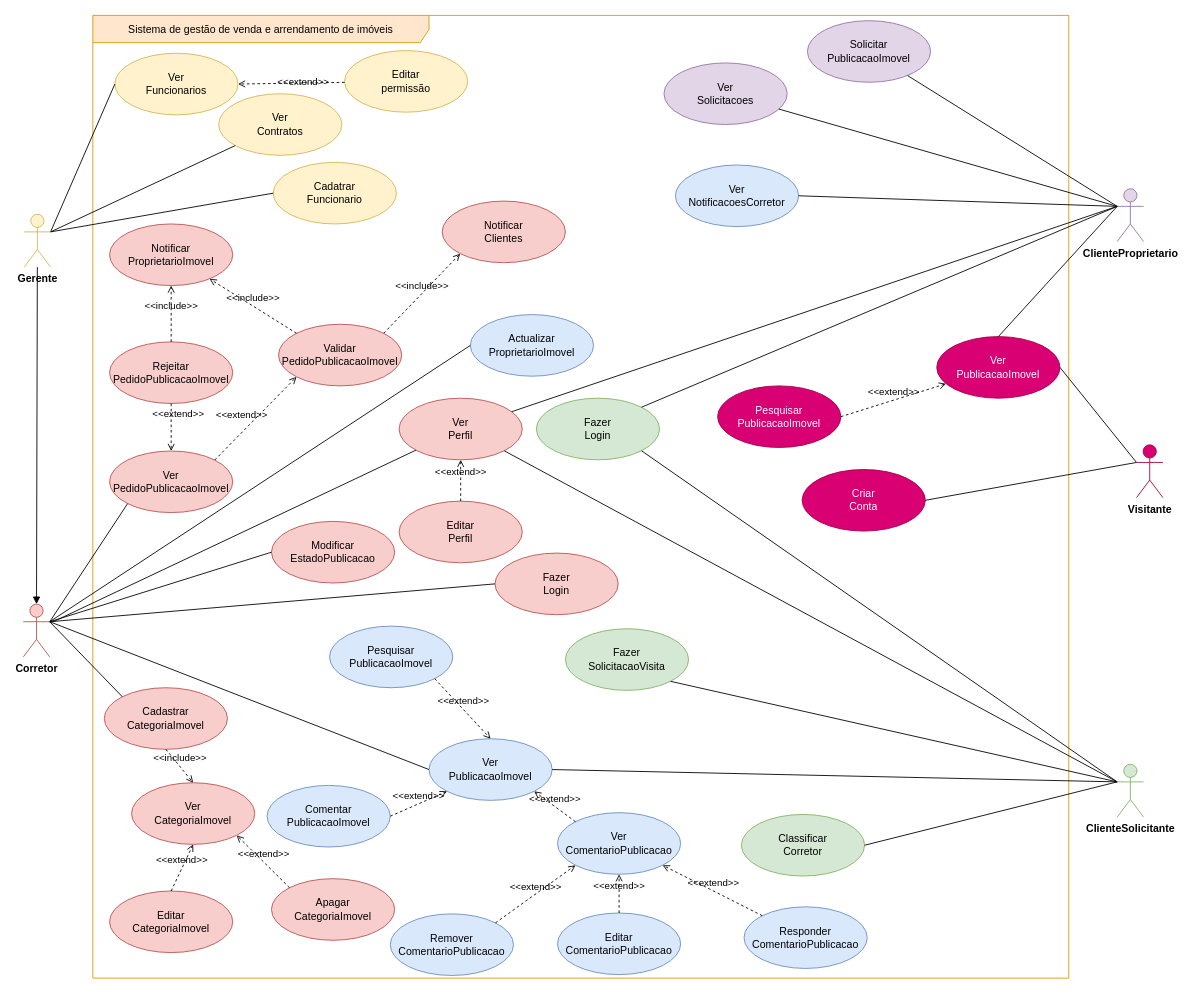
Before: DiagramaDeCasoDeUso.drawio in CedrickMansoni/App-Imobiliaria-Diagramas, a draw.io diagram. Source tidied: cells renumbered, new cells numbered last; positions are measured from the earlier drawing's top-left corner, leaving out a move shared by most shapes. Both pictures are drawn from the tidied source at 88%, with x=0, y=0 at pixel (23, 15).
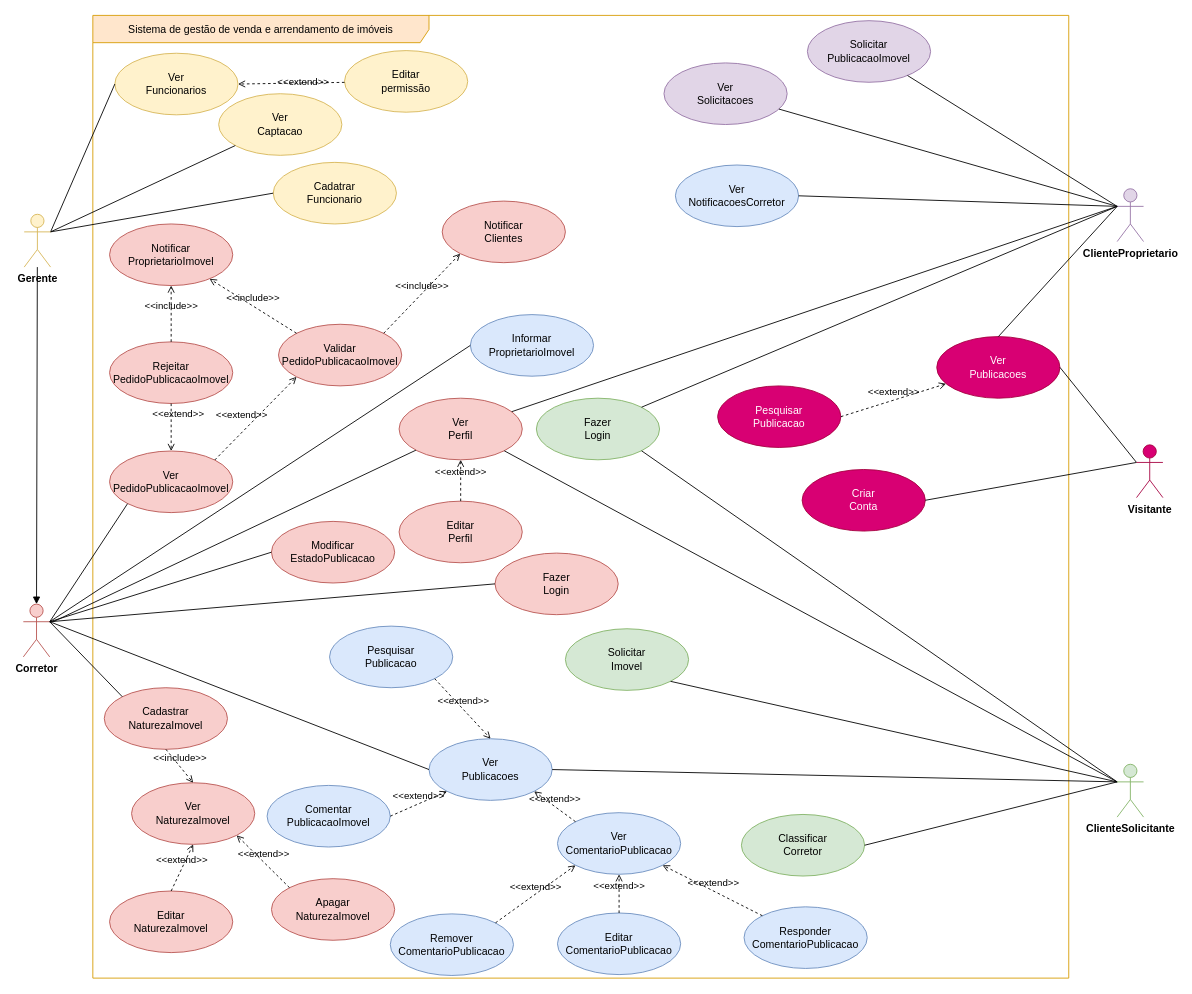
After the change.

The change refers to these unchanged cells:
```xml
<mxCell id="2" value="Sistema de gestão de venda e arrendamento de imóveis" style="shape=umlFrame;whiteSpace=wrap;html=1;width=382;height=31;fillColor=#ffe6cc;strokeColor=#d79b00;" parent="1" vertex="1">
  <mxGeometry x="79" width="1109" height="1094" as="geometry" />
</mxCell>
```

What changed in the source:
```diff
@@
-    <mxCell id="7" value="Ver&lt;div&gt;PublicacaoImovel&lt;/div&gt;" style="ellipse;whiteSpace=wrap;html=1;fillColor=#d80073;strokeColor=#A50040;fontColor=#ffffff;" parent="2" vertex="1">
+    <mxCell id="7" value="Ver&lt;div&gt;Publicacoes&lt;/div&gt;" style="ellipse;whiteSpace=wrap;html=1;fillColor=#d80073;strokeColor=#A50040;fontColor=#ffffff;" parent="2" vertex="1">
       <mxGeometry x="959" y="365" width="140" height="70" as="geometry" />
     </mxCell>
@@
-    <mxCell id="18" value="&lt;span&gt;Cadastrar&lt;/span&gt;&lt;div&gt;&lt;span&gt;CategoriaImovel&lt;/span&gt;&lt;/div&gt;" style="ellipse;whiteSpace=wrap;html=1;fillColor=#f8cecc;strokeColor=#b85450;fontStyle=0;" parent="2" vertex="1">
+    <mxCell id="18" value="&lt;span&gt;Cadastrar&lt;/span&gt;&lt;div&gt;&lt;span&gt;NaturezaImovel&lt;/span&gt;&lt;/div&gt;" style="ellipse;whiteSpace=wrap;html=1;fillColor=#f8cecc;strokeColor=#b85450;fontStyle=0;" parent="2" vertex="1">
       <mxGeometry x="13" y="764" width="140" height="70" as="geometry" />
     </mxCell>
-    <mxCell id="19" value="Pesquisar&lt;div&gt;PublicacaoImovel&lt;/div&gt;" style="ellipse;whiteSpace=wrap;html=1;fillColor=#d80073;strokeColor=#A50040;fontColor=#ffffff;" parent="2" vertex="1">
+    <mxCell id="19" value="Pesquisar&lt;div&gt;Publicacao&lt;/div&gt;" style="ellipse;whiteSpace=wrap;html=1;fillColor=#d80073;strokeColor=#A50040;fontColor=#ffffff;" parent="2" vertex="1">
       <mxGeometry x="710" y="421" width="140" height="70" as="geometry" />
     </mxCell>
@@
-    <mxCell id="22" value="&lt;span&gt;Ver&lt;/span&gt;&lt;div&gt;&lt;span&gt;PublicacaoImovel&lt;/span&gt;&lt;/div&gt;" style="ellipse;whiteSpace=wrap;html=1;fillColor=#dae8fc;strokeColor=#6c8ebf;fontStyle=0;" parent="2" vertex="1">
+    <mxCell id="22" value="Ver&lt;div style=&quot;&quot;&gt;Publicacoes&lt;/div&gt;" style="ellipse;whiteSpace=wrap;html=1;fillColor=#dae8fc;strokeColor=#6c8ebf;fontStyle=0;" parent="2" vertex="1">
       <mxGeometry x="382" y="822" width="140" height="70" as="geometry" />
     </mxCell>
-    <mxCell id="23" value="Fazer&lt;div&gt;SolicitacaoVisita&lt;/div&gt;" style="ellipse;whiteSpace=wrap;html=1;fillColor=#d5e8d4;strokeColor=#82b366;" parent="2" vertex="1">
+    <mxCell id="23" value="Solicitar&lt;div&gt;Imovel&lt;/div&gt;" style="ellipse;whiteSpace=wrap;html=1;fillColor=#d5e8d4;strokeColor=#82b366;" parent="2" vertex="1">
       <mxGeometry x="537" y="697" width="140" height="70" as="geometry" />
     </mxCell>
@@
-    <mxCell id="28" value="Ver&lt;div&gt;Contratos&lt;/div&gt;" style="ellipse;whiteSpace=wrap;html=1;fillColor=#fff2cc;strokeColor=#d6b656;" parent="2" vertex="1">
+    <mxCell id="28" value="Ver&lt;div&gt;Captacao&lt;/div&gt;" style="ellipse;whiteSpace=wrap;html=1;fillColor=#fff2cc;strokeColor=#d6b656;" parent="2" vertex="1">
       <mxGeometry x="143" y="89" width="140" height="70" as="geometry" />
     </mxCell>
@@
-    <mxCell id="35" value="&lt;span&gt;Ver&lt;/span&gt;&lt;div&gt;&lt;span&gt;CategoriaImovel&lt;/span&gt;&lt;/div&gt;" style="ellipse;whiteSpace=wrap;html=1;fillColor=#f8cecc;strokeColor=#b85450;fontStyle=0;" parent="2" vertex="1">
+    <mxCell id="35" value="&lt;span&gt;Ver&lt;/span&gt;&lt;div&gt;&lt;span&gt;NaturezaImovel&lt;/span&gt;&lt;/div&gt;" style="ellipse;whiteSpace=wrap;html=1;fillColor=#f8cecc;strokeColor=#b85450;fontStyle=0;" parent="2" vertex="1">
       <mxGeometry x="44" y="872" width="140" height="70" as="geometry" />
     </mxCell>
@@
-    <mxCell id="37" value="&lt;span&gt;Editar&lt;/span&gt;&lt;div&gt;&lt;span&gt;CategoriaImovel&lt;/span&gt;&lt;/div&gt;" style="ellipse;whiteSpace=wrap;html=1;fillColor=#f8cecc;strokeColor=#b85450;fontStyle=0;" parent="2" vertex="1">
+    <mxCell id="37" value="&lt;span&gt;Editar&lt;/span&gt;&lt;div&gt;NaturezaImovel&lt;br&gt;&lt;/div&gt;" style="ellipse;whiteSpace=wrap;html=1;fillColor=#f8cecc;strokeColor=#b85450;fontStyle=0;" parent="2" vertex="1">
       <mxGeometry x="19" y="995" width="140" height="70" as="geometry" />
     </mxCell>
@@
-    <mxCell id="39" value="&lt;span&gt;Apagar&lt;/span&gt;&lt;div&gt;&lt;span&gt;CategoriaImovel&lt;/span&gt;&lt;/div&gt;" style="ellipse;whiteSpace=wrap;html=1;fillColor=#f8cecc;strokeColor=#b85450;fontStyle=0;" parent="2" vertex="1">
+    <mxCell id="39" value="&lt;span&gt;Apagar&lt;/span&gt;&lt;div&gt;NaturezaImovel&lt;br&gt;&lt;/div&gt;" style="ellipse;whiteSpace=wrap;html=1;fillColor=#f8cecc;strokeColor=#b85450;fontStyle=0;" parent="2" vertex="1">
       <mxGeometry x="203" y="981" width="140" height="70" as="geometry" />
     </mxCell>
@@
-    <mxCell id="50" value="&lt;span&gt;Pesquisar&lt;/span&gt;&lt;div&gt;&lt;span&gt;PublicacaoImovel&lt;/span&gt;&lt;/div&gt;" style="ellipse;whiteSpace=wrap;html=1;fillColor=#dae8fc;strokeColor=#6c8ebf;fontStyle=0;" parent="2" vertex="1">
+    <mxCell id="50" value="&lt;span&gt;Pesquisar&lt;/span&gt;&lt;div&gt;&lt;span&gt;Publicacao&lt;/span&gt;&lt;/div&gt;" style="ellipse;whiteSpace=wrap;html=1;fillColor=#dae8fc;strokeColor=#6c8ebf;fontStyle=0;" parent="2" vertex="1">
       <mxGeometry x="269" y="694" width="140" height="70" as="geometry" />
     </mxCell>
@@
-    <mxCell id="53" value="Actualizar&lt;div&gt;ProprietarioImovel&lt;/div&gt;" style="ellipse;whiteSpace=wrap;html=1;fillColor=#dae8fc;strokeColor=#6c8ebf;fontStyle=0;" parent="2" vertex="1">
+    <mxCell id="53" value="Informar&lt;div&gt;ProprietarioImovel&lt;/div&gt;" style="ellipse;whiteSpace=wrap;html=1;fillColor=#dae8fc;strokeColor=#6c8ebf;fontStyle=0;" parent="2" vertex="1">
       <mxGeometry x="429" y="340" width="140" height="70" as="geometry" />
     </mxCell>
```
